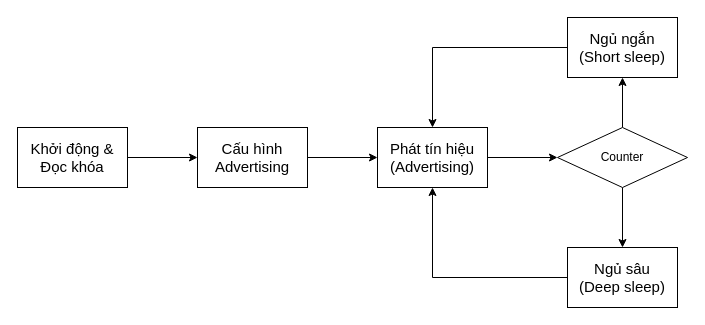
Before: Firmware.drawio in Child-Safety-Tracker/Diagrams, a draw.io diagram. Source tidied: cells renumbered, new cells numbered last; positions are measured from the earlier drawing's top-left corner, leaving out a move shared by most shapes. Both pictures are drawn from the tidied source at 100%, with x=0, y=0 at pixel (17, 17).
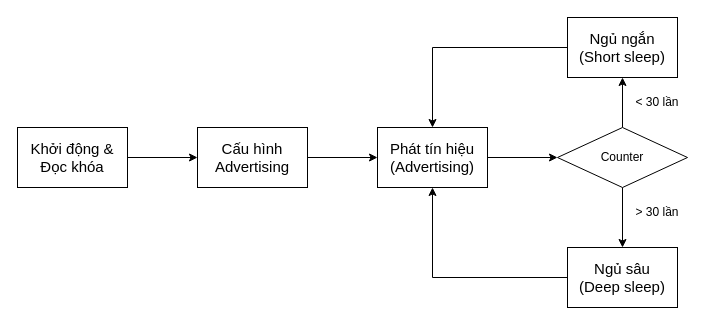
The same diagram, later.

What changed in the source:
```diff
@@
 <mxGraphModel>
   <root>
     <mxCell id="0" />
     <mxCell id="1" parent="0" />
     <mxCell id="2" style="edgeStyle=orthogonalEdgeStyle;rounded=0;jettySize=auto;html=1;" parent="1" edge="1" source="3" target="5">
       <mxGeometry relative="1" as="geometry" />
     </mxCell>
     <mxCell id="3" value="Khởi động &amp;amp; Đọc khóa" style="rounded=0;whiteSpace=wrap;html=1;fontSize=15;" parent="1" vertex="1">
       <mxGeometry y="110" width="110" height="60" as="geometry" />
     </mxCell>
     <mxCell id="4" style="edgeStyle=orthogonalEdgeStyle;rounded=0;jettySize=auto;html=1;" parent="1" edge="1" source="5" target="7">
       <mxGeometry relative="1" as="geometry" />
     </mxCell>
     <mxCell id="5" value="Cấu hình Advertising" style="rounded=0;whiteSpace=wrap;html=1;fontSize=15;" parent="1" vertex="1">
       <mxGeometry x="180" y="110" width="110" height="60" as="geometry" />
     </mxCell>
     <mxCell id="6" style="edgeStyle=orthogonalEdgeStyle;rounded=0;jettySize=auto;html=1;" parent="1" edge="1" source="7" target="14">
       <mxGeometry relative="1" as="geometry" />
     </mxCell>
     <mxCell id="7" value="Phát tín hiệu&lt;div&gt;(Advertising)&lt;/div&gt;" style="rounded=0;whiteSpace=wrap;html=1;fontSize=15;" parent="1" vertex="1">
       <mxGeometry x="360" y="110" width="110" height="60" as="geometry" />
     </mxCell>
     <mxCell id="8" style="edgeStyle=orthogonalEdgeStyle;rounded=0;jettySize=auto;html=1;entryX=0.5;entryY=0;entryDx=0;entryDy=0;" parent="1" edge="1" source="9" target="7">
       <mxGeometry relative="1" as="geometry" />
     </mxCell>
     <mxCell id="9" value="Ngủ ngắn&lt;div&gt;(Short sleep)&lt;/div&gt;" style="rounded=0;whiteSpace=wrap;html=1;fontSize=15;" parent="1" vertex="1">
       <mxGeometry x="550" width="110" height="60" as="geometry" />
     </mxCell>
     <mxCell id="10" style="edgeStyle=orthogonalEdgeStyle;rounded=0;jettySize=auto;html=1;entryX=0.5;entryY=1;entryDx=0;entryDy=0;" parent="1" edge="1" source="11" target="7">
       <mxGeometry relative="1" as="geometry" />
     </mxCell>
     <mxCell id="11" value="Ngủ sâu&lt;div&gt;(Deep sleep)&lt;/div&gt;" style="rounded=0;whiteSpace=wrap;html=1;fontSize=15;" parent="1" vertex="1">
       <mxGeometry x="550" y="230" width="110" height="60" as="geometry" />
     </mxCell>
     <mxCell id="12" style="edgeStyle=orthogonalEdgeStyle;rounded=0;jettySize=auto;html=1;" parent="1" edge="1" source="14" target="9">
       <mxGeometry relative="1" as="geometry" />
     </mxCell>
     <mxCell id="13" style="edgeStyle=orthogonalEdgeStyle;rounded=0;jettySize=auto;html=1;" parent="1" edge="1" source="14" target="11">
       <mxGeometry relative="1" as="geometry" />
     </mxCell>
     <mxCell id="14" value="Counter" style="rhombus;whiteSpace=wrap;html=1;" parent="1" vertex="1">
       <mxGeometry x="540" y="110" width="130" height="60" as="geometry" />
     </mxCell>
+    <mxCell id="15" value="&amp;lt; 30 lần" style="text;html=1;align=center;verticalAlign=middle;whiteSpace=wrap;rounded=0;" parent="1" vertex="1">
+      <mxGeometry x="610" y="70" width="60" height="30" as="geometry" />
+    </mxCell>
+    <mxCell id="16" value="&amp;gt; 30 lần" style="text;html=1;align=center;verticalAlign=middle;whiteSpace=wrap;rounded=0;" parent="1" vertex="1">
+      <mxGeometry x="610" y="180" width="60" height="30" as="geometry" />
+    </mxCell>
   </root>
 </mxGraphModel>
```
